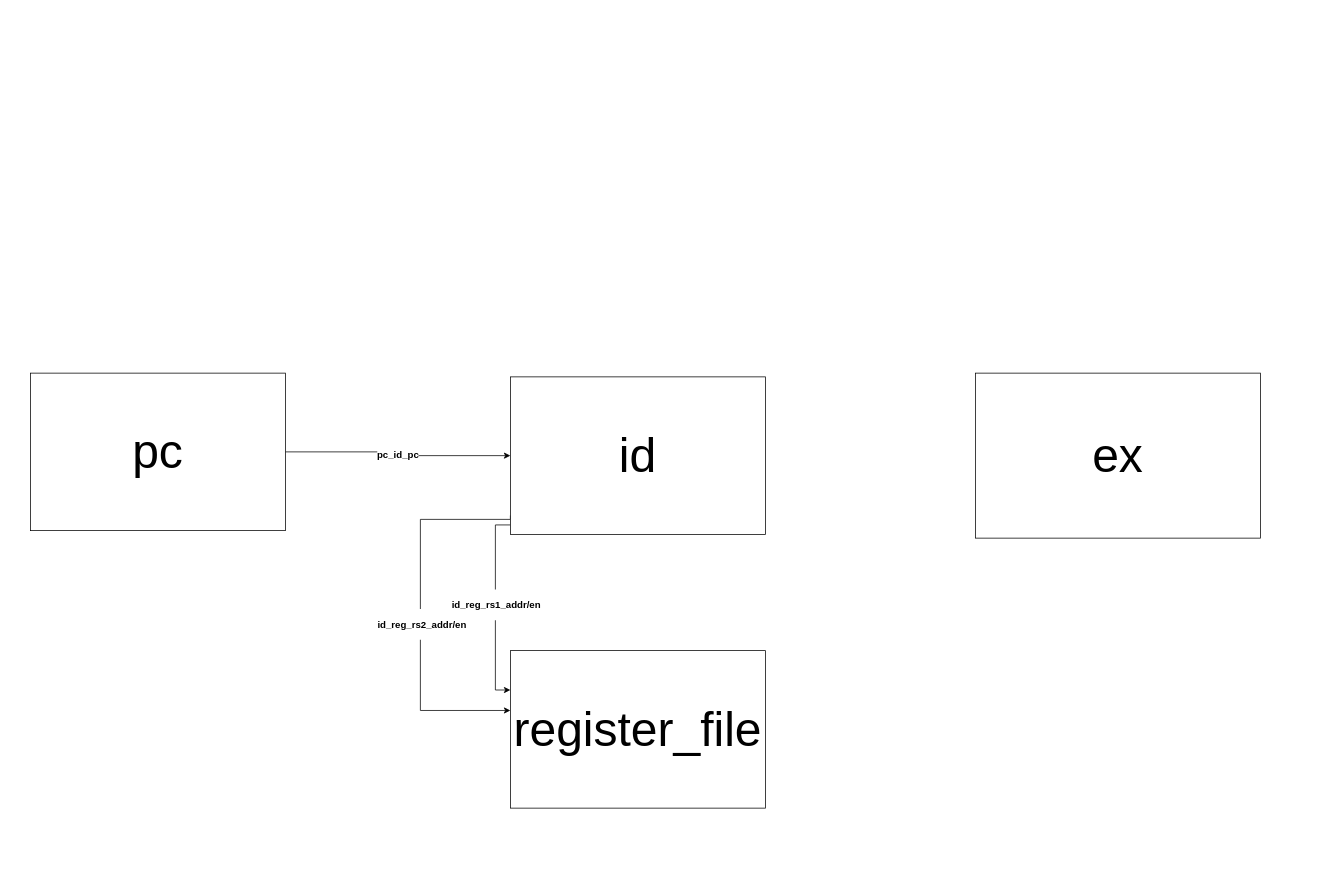
Before: 流程图.drawio in jay101-STAR/graduation_project, a draw.io diagram. Source tidied: cells renumbered, new cells numbered last; positions are measured from the earlier drawing's top-left corner, leaving out a move shared by most shapes. Both pictures are drawn from the tidied source at 75%, with x=0, y=0 at pixel (30, 373).
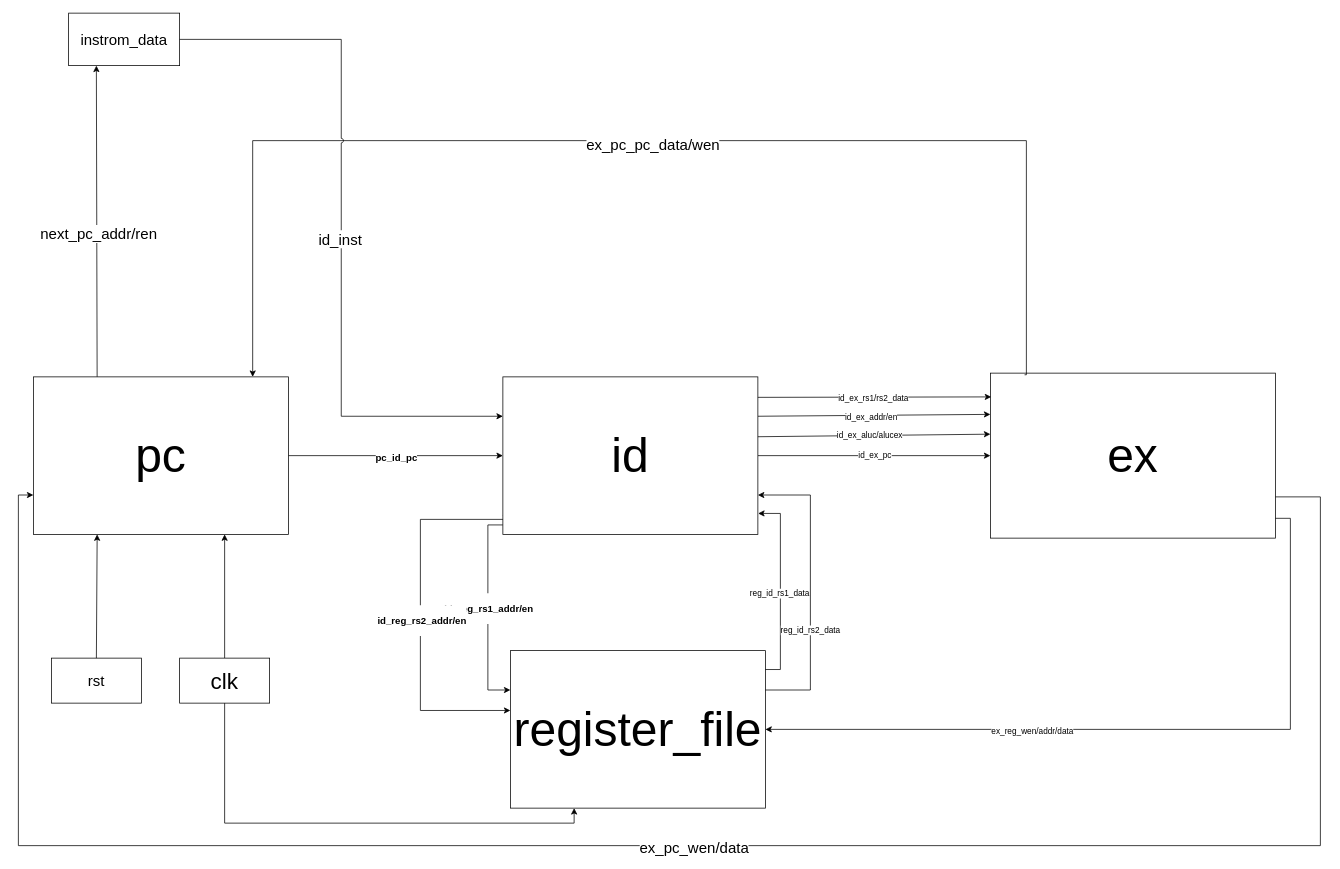
After the change.

Commit message:
更新流程图.drawio

Change to the diagram source:
```diff
@@
-    <mxCell id="2" style="edgeStyle=orthogonalEdgeStyle;rounded=0;jettySize=auto;html=1;entryX=0;entryY=0.5;entryDx=0;entryDy=0;" parent="1" edge="1" source="4" target="9">
+    <mxCell id="2" style="edgeStyle=orthogonalEdgeStyle;rounded=0;jettySize=auto;html=1;entryX=0;entryY=0.5;entryDx=0;entryDy=0;jumpStyle=arc;" parent="1" edge="1" source="4" target="9">
       <mxGeometry relative="1" as="geometry" />
     </mxCell>
@@
+    <mxCell id="12" style="edgeStyle=orthogonalEdgeStyle;rounded=0;jettySize=auto;html=1;exitX=0.25;exitY=0;exitDx=0;exitDy=0;exitPerimeter=0;entryX=0.25;entryY=1;entryDx=0;entryDy=0;jumpStyle=arc;" parent="1" edge="1" source="4" target="33">
+      <mxGeometry relative="1" as="geometry" />
+    </mxCell>
+    <mxCell id="13" value="&lt;font style=&quot;font-size: 20px;&quot;&gt;next_pc_addr/ren&lt;/font&gt;" style="edgeLabel;html=1;align=center;verticalAlign=middle;" parent="12" vertex="1">
+      <mxGeometry x="-0.07" y="-1" relative="1" as="geometry">
+        <mxPoint y="1" as="offset" />
+      </mxGeometry>
+    </mxCell>
-    <mxCell id="4" value="&lt;font style=&quot;font-size: 64px; background-color: light-dark(#ffffff, var(--ge-dark-color, #121212));&quot;&gt;pc&lt;/font&gt;" style="rounded=0;whiteSpace=wrap;html=1;" parent="1" vertex="1">
-      <mxGeometry width="340" height="210" as="geometry" />
+    <mxCell id="4" value="&lt;font style=&quot;font-size: 64px; background-color: light-dark(#ffffff, var(--ge-dark-color, #121212));&quot;&gt;pc&lt;/font&gt;" style="rounded=0;whiteSpace=wrap;html=1;points=[[0,0,0,0,0],[0,0.25,0,0,0],[0,0.5,0,0,0],[0,0.75,0,0,0],[0,1,0,0,0],[0.25,0,0,0,0],[0.25,1,0,0,0],[0.5,0,0,0,0],[0.5,1,0,0,0],[0.62,0.01,0,0,0],[0.75,0,0,0,0],[0.75,1,0,0,0],[0.86,0,0,0,0],[1,0,0,0,0],[1,0.13,0,0,0],[1,0.25,0,0,0],[1,0.38,0,0,0],[1,0.5,0,0,0],[1,0.64,0,0,0],[1,0.75,0,0,0],[1,0.88,0,0,0],[1,1,0,0,0]];" parent="1" vertex="1">
+      <mxGeometry x="4" y="5" width="340" height="210" as="geometry" />
     </mxCell>
-    <mxCell id="5" style="edgeStyle=orthogonalEdgeStyle;rounded=0;jettySize=auto;html=1;exitX=0;exitY=0.94;exitDx=0;exitDy=0;entryX=0;entryY=0.25;entryDx=0;entryDy=0;exitPerimeter=0;" parent="1" edge="1" source="9" target="11">
+    <mxCell id="5" style="edgeStyle=orthogonalEdgeStyle;rounded=0;jettySize=auto;html=1;exitX=0;exitY=0.94;exitDx=0;exitDy=0;entryX=0;entryY=0.25;entryDx=0;entryDy=0;exitPerimeter=0;jumpStyle=arc;" parent="1" edge="1" source="9" target="11">
       <mxGeometry relative="1" as="geometry" />
     </mxCell>
@@
-    <mxCell id="7" style="edgeStyle=orthogonalEdgeStyle;rounded=0;jettySize=auto;html=1;entryX=0;entryY=0.38;entryDx=0;entryDy=0;exitX=0;exitY=0.88;exitDx=0;exitDy=0;exitPerimeter=0;entryPerimeter=0;" parent="1" edge="1" source="9" target="11">
+    <mxCell id="7" style="edgeStyle=orthogonalEdgeStyle;rounded=0;jettySize=auto;html=1;entryX=0;entryY=0.38;entryDx=0;entryDy=0;exitX=0;exitY=0.88;exitDx=0;exitDy=0;exitPerimeter=0;entryPerimeter=0;jumpStyle=arc;" parent="1" edge="1" source="9" target="11">
       <mxGeometry relative="1" as="geometry">
         <Array as="points">
           <mxPoint x="640" y="195" />
           <mxPoint x="520" y="195" />
           <mxPoint x="520" y="450" />
         </Array>
       </mxGeometry>
     </mxCell>
@@
+    <mxCell id="14" style="edgeStyle=orthogonalEdgeStyle;rounded=0;jettySize=auto;html=1;jumpStyle=arc;" parent="1" edge="1" source="9" target="10">
+      <mxGeometry relative="1" as="geometry" />
+    </mxCell>
+    <mxCell id="15" value="id_ex_pc" style="edgeLabel;html=1;align=center;verticalAlign=middle;" parent="14" vertex="1">
+      <mxGeometry y="1" relative="1" as="geometry" />
+    </mxCell>
+    <mxCell id="16" style="rounded=0;jettySize=auto;html=1;exitX=1;exitY=0.25;exitDx=0;exitDy=0;exitPerimeter=0;entryX=0;entryY=0.25;entryDx=0;entryDy=0;jumpStyle=arc;" parent="1" edge="1" source="9" target="10">
+      <mxGeometry relative="1" as="geometry" />
+    </mxCell>
+    <mxCell id="17" value="id_ex_addr/en" style="edgeLabel;html=1;align=center;verticalAlign=middle;" parent="16" vertex="1">
+      <mxGeometry x="-0.03" y="-2" relative="1" as="geometry" />
+    </mxCell>
-    <mxCell id="9" value="&lt;font style=&quot;font-size: 64px;&quot;&gt;id&lt;/font&gt;" style="rounded=0;whiteSpace=wrap;html=1;points=[[0,0,0,0,0],[0,0.25,0,0,0],[0,0.5,0,0,0],[0,0.75,0,0,0],[0,0.88,0,0,0],[0,0.94,0,0,0],[0,1,0,0,0],[0.25,0,0,0,0],[0.25,1,0,0,0],[0.5,0,0,0,0],[0.5,1,0,0,0],[0.75,0,0,0,0],[0.75,1,0,0,0],[1,0,0,0,0],[1,0.25,0,0,0],[1,0.5,0,0,0],[1,0.75,0,0,0],[1,1,0,0,0]];" parent="1" vertex="1">
-      <mxGeometry x="640" y="5" width="340" height="210" as="geometry" />
+    <mxCell id="9" value="&lt;font style=&quot;font-size: 64px;&quot;&gt;id&lt;/font&gt;" style="rounded=0;whiteSpace=wrap;html=1;points=[[0,0,0,0,0],[0,0.25,0,0,0],[0,0.5,0,0,0],[0,0.75,0,0,0],[0,0.88,0,0,0],[0,0.94,0,0,0],[0,1,0,0,0],[0.25,0,0,0,0],[0.25,1,0,0,0],[0.5,0,0,0,0],[0.5,1,0,0,0],[0.75,0,0,0,0],[0.75,1,0,0,0],[1,0,0,0,0],[1,0.13,0,0,0],[1,0.25,0,0,0],[1,0.38,0,0,0],[1,0.5,0,0,0],[1,0.75,0,0,0],[1,1,0,0,0]];" parent="1" vertex="1">
+      <mxGeometry x="630" y="5" width="340" height="210" as="geometry" />
     </mxCell>
-    <mxCell id="10" value="&lt;font style=&quot;font-size: 64px;&quot;&gt;ex&lt;/font&gt;" style="rounded=0;whiteSpace=wrap;html=1;" parent="1" vertex="1">
-      <mxGeometry x="1260" width="380" height="220" as="geometry" />
+    <mxCell id="10" value="&lt;font style=&quot;font-size: 64px;&quot;&gt;ex&lt;/font&gt;" style="rounded=0;whiteSpace=wrap;html=1;points=[[0,0,0,0,0],[0,0.12,0,0,0],[0,0.25,0,0,0],[0,0.37,0,0,0],[0,0.5,0,0,0],[0,0.75,0,0,0],[0,1,0,0,0],[0.12,0.01,0,0,0],[0.25,0,0,0,0],[0.25,1,0,0,0],[0.36,0.01,0,0,0],[0.5,0,0,0,0],[0.5,1,0,0,0],[0.63,0,0,0,-2],[0.75,0,0,0,0],[0.75,1,0,0,0],[0.88,0,0,0,-2],[1,0,0,0,0],[1,0.11,0,0,0],[1,0.25,0,0,0],[1,0.36,0,0,0],[1,0.5,0,0,0],[1,0.63,0,0,0],[1,0.75,0,0,0],[1,0.88,0,0,0],[1,1,0,0,0]];" parent="1" vertex="1">
+      <mxGeometry x="1280" width="380" height="220" as="geometry" />
     </mxCell>
-    <mxCell id="11" value="&lt;font style=&quot;font-size: 64px;&quot;&gt;register_file&lt;/font&gt;" style="rounded=0;whiteSpace=wrap;html=1;points=[[0,0,0,0,0],[0,0.12,0,0,0],[0,0.25,0,0,0],[0,0.38,0,0,0],[0,0.5,0,0,0],[0,0.75,0,0,0],[0,1,0,0,0],[0.25,0,0,0,0],[0.25,1,0,0,0],[0.5,0,0,0,0],[0.5,1,0,0,0],[0.75,0,0,0,0],[0.75,1,0,0,0],[1,0,0,0,0],[1,0.25,0,0,0],[1,0.5,0,0,0],[1,0.75,0,0,0],[1,1,0,0,0]];" parent="1" vertex="1">
+    <mxCell id="11" value="&lt;font style=&quot;font-size: 64px;&quot;&gt;register_file&lt;/font&gt;" style="rounded=0;whiteSpace=wrap;html=1;points=[[0,0,0,0,0],[0,0.12,0,0,0],[0,0.25,0,0,0],[0,0.38,0,0,0],[0,0.5,0,0,0],[0,0.75,0,0,0],[0,1,0,0,0],[0.25,0,0,0,0],[0.25,1,0,0,0],[0.5,0,0,0,0],[0.5,1,0,0,0],[0.75,0,0,0,0],[0.75,1,0,0,0],[1,0,0,0,0],[1,0.12,0,0,0],[1,0.25,0,0,0],[1,0.36,0,0,0],[1,0.5,0,0,0],[1,0.75,0,0,0],[1,1,0,0,0]];" parent="1" vertex="1">
       <mxGeometry x="640" y="370" width="340" height="210" as="geometry" />
     </mxCell>
+    <mxCell id="18" style="edgeStyle=orthogonalEdgeStyle;rounded=0;jettySize=auto;html=1;exitX=1;exitY=0.12;exitDx=0;exitDy=0;exitPerimeter=0;entryX=1.001;entryY=0.867;entryDx=0;entryDy=0;entryPerimeter=0;jumpStyle=arc;" parent="1" edge="1" source="11" target="9">
+      <mxGeometry relative="1" as="geometry" />
+    </mxCell>
+    <mxCell id="19" value="reg_id_rs1_data" style="edgeLabel;html=1;align=center;verticalAlign=middle;" parent="18" vertex="1">
+      <mxGeometry x="-0.05" y="2" relative="1" as="geometry" />
+    </mxCell>
+    <mxCell id="20" style="edgeStyle=orthogonalEdgeStyle;rounded=0;jettySize=auto;html=1;exitX=1;exitY=0.25;exitDx=0;exitDy=0;exitPerimeter=0;entryX=1;entryY=0.75;entryDx=0;entryDy=0;entryPerimeter=0;jumpStyle=arc;" parent="1" edge="1" source="11" target="9">
+      <mxGeometry relative="1" as="geometry">
+        <Array as="points">
+          <mxPoint x="1040" y="423" />
+          <mxPoint x="1040" y="163" />
+        </Array>
+      </mxGeometry>
+    </mxCell>
+    <mxCell id="21" value="reg_id_rs2_data" style="edgeLabel;html=1;align=center;verticalAlign=middle;" parent="20" vertex="1">
+      <mxGeometry x="-0.28" y="1" relative="1" as="geometry" />
+    </mxCell>
+    <mxCell id="22" style="edgeStyle=orthogonalEdgeStyle;rounded=0;jettySize=auto;html=1;exitX=1;exitY=0.13;exitDx=0;exitDy=0;exitPerimeter=0;entryX=0.003;entryY=0.144;entryDx=0;entryDy=0;entryPerimeter=0;jumpStyle=arc;" parent="1" edge="1" source="9" target="10">
+      <mxGeometry relative="1" as="geometry" />
+    </mxCell>
+    <mxCell id="23" value="id_ex_rs1/rs2_data" style="edgeLabel;html=1;align=center;verticalAlign=middle;" parent="22" vertex="1">
+      <mxGeometry x="-0.02" y="-1" relative="1" as="geometry" />
+    </mxCell>
+    <mxCell id="24" style="rounded=0;jettySize=auto;html=1;exitX=1;exitY=0.38;exitDx=0;exitDy=0;exitPerimeter=0;entryX=0;entryY=0.37;entryDx=0;entryDy=0;entryPerimeter=0;jumpStyle=arc;" parent="1" edge="1" source="9" target="10">
+      <mxGeometry relative="1" as="geometry" />
+    </mxCell>
+    <mxCell id="25" value="id_ex_aluc/alucex" style="edgeLabel;html=1;align=center;verticalAlign=middle;" parent="24" vertex="1">
+      <mxGeometry x="-0.04" y="1" relative="1" as="geometry" />
+    </mxCell>
+    <mxCell id="26" style="edgeStyle=orthogonalEdgeStyle;rounded=0;jettySize=auto;html=1;exitX=1;exitY=0.88;exitDx=0;exitDy=0;exitPerimeter=0;entryX=1;entryY=0.5;entryDx=0;entryDy=0;entryPerimeter=0;jumpStyle=arc;" parent="1" edge="1" source="10" target="11">
+      <mxGeometry relative="1" as="geometry" />
+    </mxCell>
+    <mxCell id="27" value="ex_reg_wen/addr/data" style="edgeLabel;html=1;align=center;verticalAlign=middle;" parent="26" vertex="1">
+      <mxGeometry x="0.29" y="2" relative="1" as="geometry" />
+    </mxCell>
+    <mxCell id="28" style="edgeStyle=orthogonalEdgeStyle;rounded=0;jettySize=auto;html=1;entryX=0.75;entryY=1;entryDx=0;entryDy=0;entryPerimeter=0;jumpStyle=arc;" parent="1" edge="1" source="29" target="4">
+      <mxGeometry relative="1" as="geometry" />
+    </mxCell>
+    <mxCell id="29" value="&lt;font style=&quot;font-size: 30px;&quot;&gt;clk&lt;/font&gt;" style="rounded=0;whiteSpace=wrap;html=1;" parent="1" vertex="1">
+      <mxGeometry x="199" y="380" width="120" height="60" as="geometry" />
+    </mxCell>
+    <mxCell id="30" style="edgeStyle=orthogonalEdgeStyle;rounded=0;jettySize=auto;html=1;exitX=0.5;exitY=1;exitDx=0;exitDy=0;entryX=0.25;entryY=1;entryDx=0;entryDy=0;entryPerimeter=0;jumpStyle=arc;" parent="1" edge="1" source="29" target="11">
+      <mxGeometry relative="1" as="geometry" />
+    </mxCell>
+    <mxCell id="31" style="edgeStyle=orthogonalEdgeStyle;rounded=0;jettySize=auto;html=1;exitX=0.12;exitY=0.01;exitDx=0;exitDy=0;exitPerimeter=0;entryX=0.86;entryY=0;entryDx=0;entryDy=0;entryPerimeter=0;jumpStyle=arc;" parent="1" edge="1" source="10" target="4">
+      <mxGeometry relative="1" as="geometry">
+        <Array as="points">
+          <mxPoint x="1328" y="2" />
+          <mxPoint x="1328" y="-310" />
+          <mxPoint x="296" y="-310" />
+        </Array>
+      </mxGeometry>
+    </mxCell>
+    <mxCell id="32" value="&lt;font style=&quot;font-size: 20px;&quot;&gt;ex_pc_pc_data/wen&lt;/font&gt;" style="edgeLabel;html=1;align=center;verticalAlign=middle;" parent="31" vertex="1">
+      <mxGeometry x="-0.02" y="4" relative="1" as="geometry">
+        <mxPoint x="1" as="offset" />
+      </mxGeometry>
+    </mxCell>
+    <mxCell id="33" value="&lt;font style=&quot;font-size: 20px;&quot;&gt;instrom_data&lt;/font&gt;" style="rounded=0;whiteSpace=wrap;html=1;" parent="1" vertex="1">
+      <mxGeometry x="51" y="-480" width="148" height="70" as="geometry" />
+    </mxCell>
+    <mxCell id="34" value="&lt;font style=&quot;font-size: 20px;&quot;&gt;rst&lt;/font&gt;" style="whiteSpace=wrap;html=1;" parent="1" vertex="1">
+      <mxGeometry x="28" y="380" width="120" height="60" as="geometry" />
+    </mxCell>
+    <mxCell id="35" style="edgeStyle=orthogonalEdgeStyle;rounded=0;jettySize=auto;html=1;exitX=0.5;exitY=0;exitDx=0;exitDy=0;entryX=0.25;entryY=1;entryDx=0;entryDy=0;entryPerimeter=0;jumpStyle=arc;" parent="1" edge="1" source="34" target="4">
+      <mxGeometry relative="1" as="geometry" />
+    </mxCell>
+    <mxCell id="36" style="edgeStyle=orthogonalEdgeStyle;rounded=0;jettySize=auto;html=1;exitX=1;exitY=0.5;exitDx=0;exitDy=0;entryX=0;entryY=0.25;entryDx=0;entryDy=0;entryPerimeter=0;jumpStyle=arc;" parent="1" edge="1" source="33" target="9">
+      <mxGeometry relative="1" as="geometry" />
+    </mxCell>
+    <mxCell id="37" value="&lt;font style=&quot;font-size: 20px;&quot;&gt;id_inst&lt;/font&gt;" style="edgeLabel;html=1;align=center;verticalAlign=middle;" parent="36" vertex="1">
+      <mxGeometry x="0.03" y="-2" relative="1" as="geometry" />
+    </mxCell>
+    <mxCell id="38" style="edgeStyle=orthogonalEdgeStyle;rounded=0;jettySize=auto;html=1;exitX=1;exitY=0.75;exitDx=0;exitDy=0;exitPerimeter=0;entryX=0;entryY=0.75;entryDx=0;entryDy=0;entryPerimeter=0;" parent="1" edge="1" source="10" target="4">
+      <mxGeometry relative="1" as="geometry">
+        <Array as="points">
+          <mxPoint x="1720" y="165" />
+          <mxPoint x="1720" y="630" />
+          <mxPoint x="-16" y="630" />
+          <mxPoint x="-16" y="163" />
+        </Array>
+      </mxGeometry>
+    </mxCell>
+    <mxCell id="39" value="&lt;font style=&quot;font-size: 20px;&quot;&gt;ex_pc_wen/data&lt;/font&gt;" style="edgeLabel;html=1;align=center;verticalAlign=middle;" parent="38" vertex="1">
+      <mxGeometry x="-0.01" y="1" relative="1" as="geometry" />
+    </mxCell>
```
